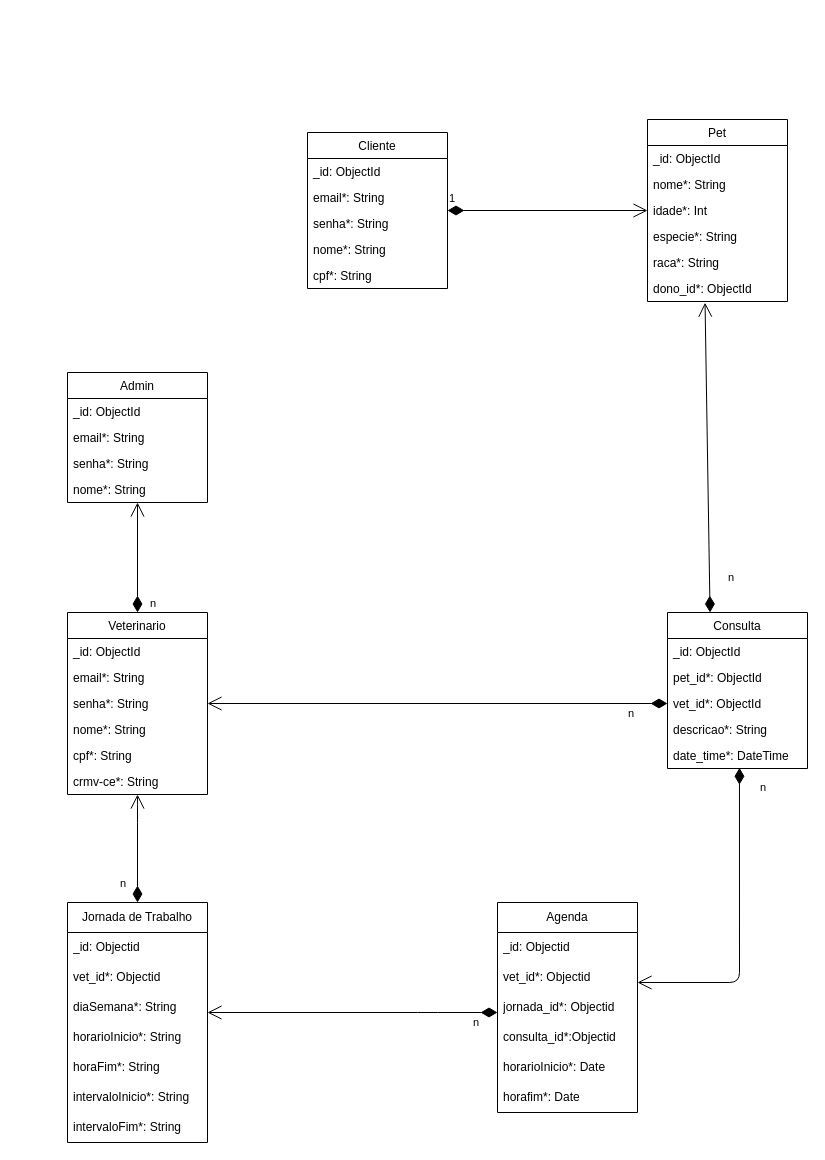
FatecFranca/DSM-G03-PI3-2023-1 keeps this draw.io diagram as pet-clinic/docs/DER.drawio. Above is the earlier version. Source tidied: cells renumbered, new cells numbered last; positions are measured from the earlier drawing's top-left corner, leaving out a move shared by most shapes. Both pictures are drawn from the tidied source at 100%, with x=0, y=0 at pixel (67, 119).
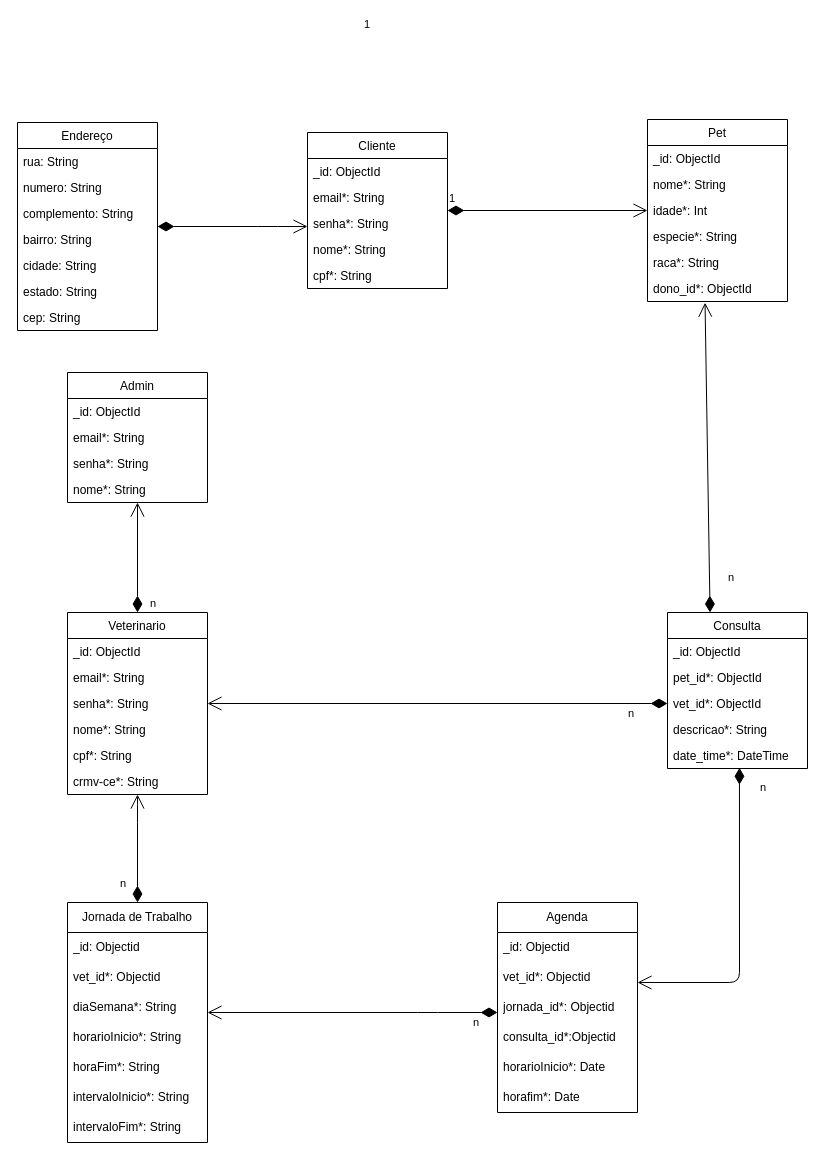
Above is the later version.

The change refers to these unchanged cells:
```xml
<mxCell id="2" value="Cliente" style="swimlane;fontStyle=0;horizontal=1;startSize=26;fillColor=none;" parent="1" vertex="1">
  <mxGeometry x="240" y="13" width="140" height="156" as="geometry" />
</mxCell>
```

The edit, as a diff of the source:
```diff
@@
+    <mxCell id="55" value="Endereço" style="swimlane;fontStyle=0;horizontal=1;startSize=26;fillColor=none;" parent="1" vertex="1">
+      <mxGeometry x="-50" y="3" width="140" height="208" as="geometry" />
+    </mxCell>
+    <mxCell id="56" value="rua: String" style="text;strokeColor=none;fillColor=none;align=left;verticalAlign=top;spacingLeft=4;spacingRight=4;overflow=hidden;" parent="55" vertex="1">
+      <mxGeometry y="26" width="140" height="26" as="geometry" />
+    </mxCell>
+    <mxCell id="57" value="numero: String" style="text;strokeColor=none;fillColor=none;align=left;verticalAlign=top;spacingLeft=4;spacingRight=4;overflow=hidden;" parent="55" vertex="1">
+      <mxGeometry y="52" width="140" height="26" as="geometry" />
+    </mxCell>
+    <mxCell id="58" value="complemento: String" style="text;strokeColor=none;fillColor=none;align=left;verticalAlign=top;spacingLeft=4;spacingRight=4;overflow=hidden;" parent="55" vertex="1">
+      <mxGeometry y="78" width="140" height="26" as="geometry" />
+    </mxCell>
+    <mxCell id="59" value="bairro: String" style="text;strokeColor=none;fillColor=none;align=left;verticalAlign=top;spacingLeft=4;spacingRight=4;overflow=hidden;" parent="55" vertex="1">
+      <mxGeometry y="104" width="140" height="26" as="geometry" />
+    </mxCell>
+    <mxCell id="60" value="cidade: String" style="text;strokeColor=none;fillColor=none;align=left;verticalAlign=top;spacingLeft=4;spacingRight=4;overflow=hidden;" parent="55" vertex="1">
+      <mxGeometry y="130" width="140" height="26" as="geometry" />
+    </mxCell>
+    <mxCell id="61" value="estado: String" style="text;strokeColor=none;fillColor=none;align=left;verticalAlign=top;spacingLeft=4;spacingRight=4;overflow=hidden;" parent="55" vertex="1">
+      <mxGeometry y="156" width="140" height="26" as="geometry" />
+    </mxCell>
+    <mxCell id="62" value="cep: String" style="text;strokeColor=none;fillColor=none;align=left;verticalAlign=top;spacingLeft=4;spacingRight=4;overflow=hidden;" parent="55" vertex="1">
+      <mxGeometry y="182" width="140" height="26" as="geometry" />
+    </mxCell>
+    <mxCell id="63" value="1" style="endArrow=open;html=1;endSize=12;startArrow=diamondThin;startSize=14;startFill=1;edgeStyle=orthogonalEdgeStyle;align=left;verticalAlign=bottom;" parent="1" edge="1" source="55" target="2">
+      <mxGeometry y="140" relative="1" as="geometry">
+        <Array as="points">
+          <mxPoint x="200" y="107" />
+          <mxPoint x="200" y="107" />
+        </Array>
+        <mxPoint x="130" y="-53" as="offset" />
+      </mxGeometry>
+    </mxCell>
```
